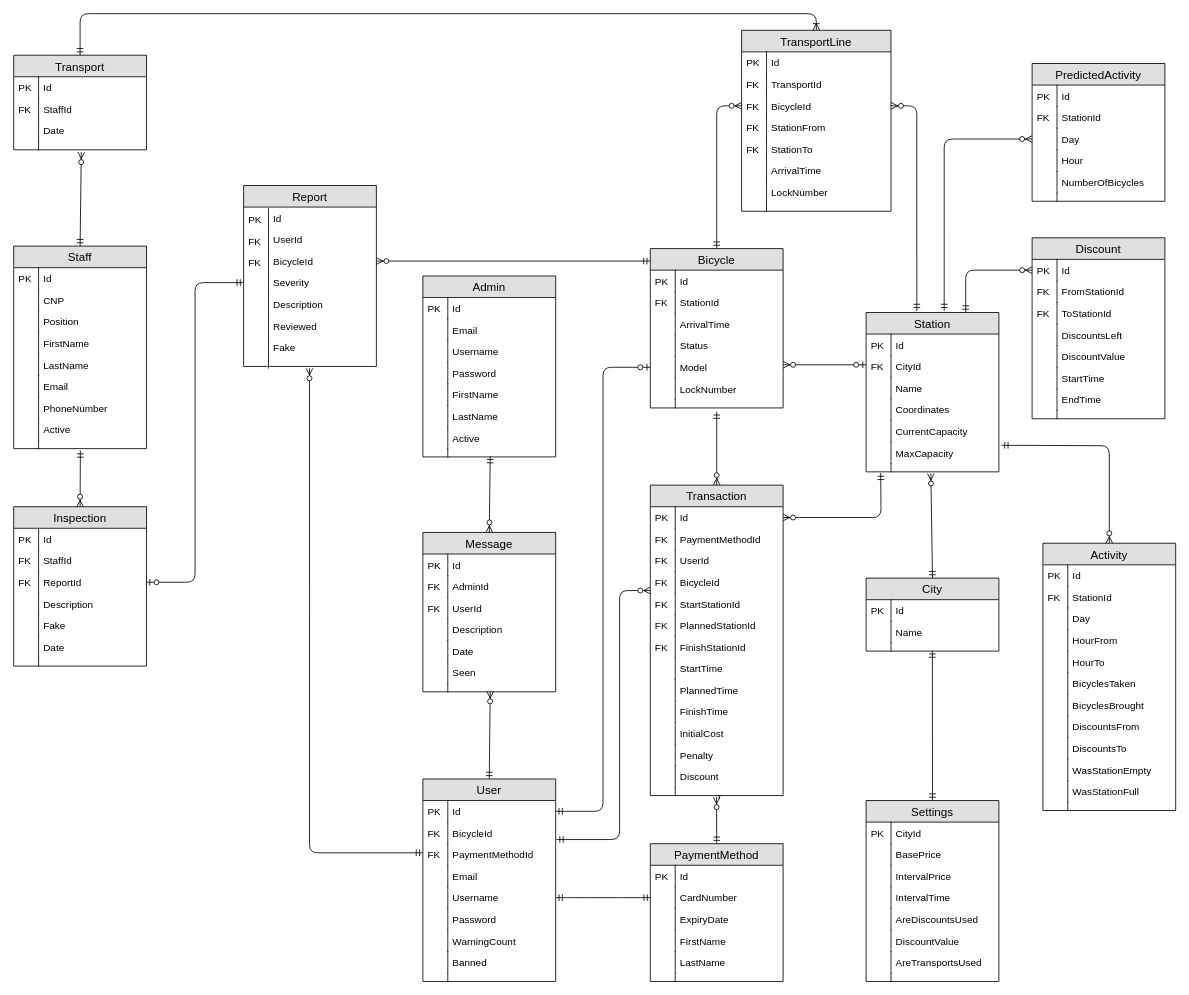
Before: Documentation/Database/Diagrams/Database Diagram.drawio in Tiberiu-Cocei/Licenta, a draw.io diagram. Source tidied: cells renumbered, new cells numbered last; positions are measured from the earlier drawing's top-left corner, leaving out a move shared by most shapes. Both pictures are drawn from the tidied source at 83%, with x=0, y=0 at pixel (13, 13).
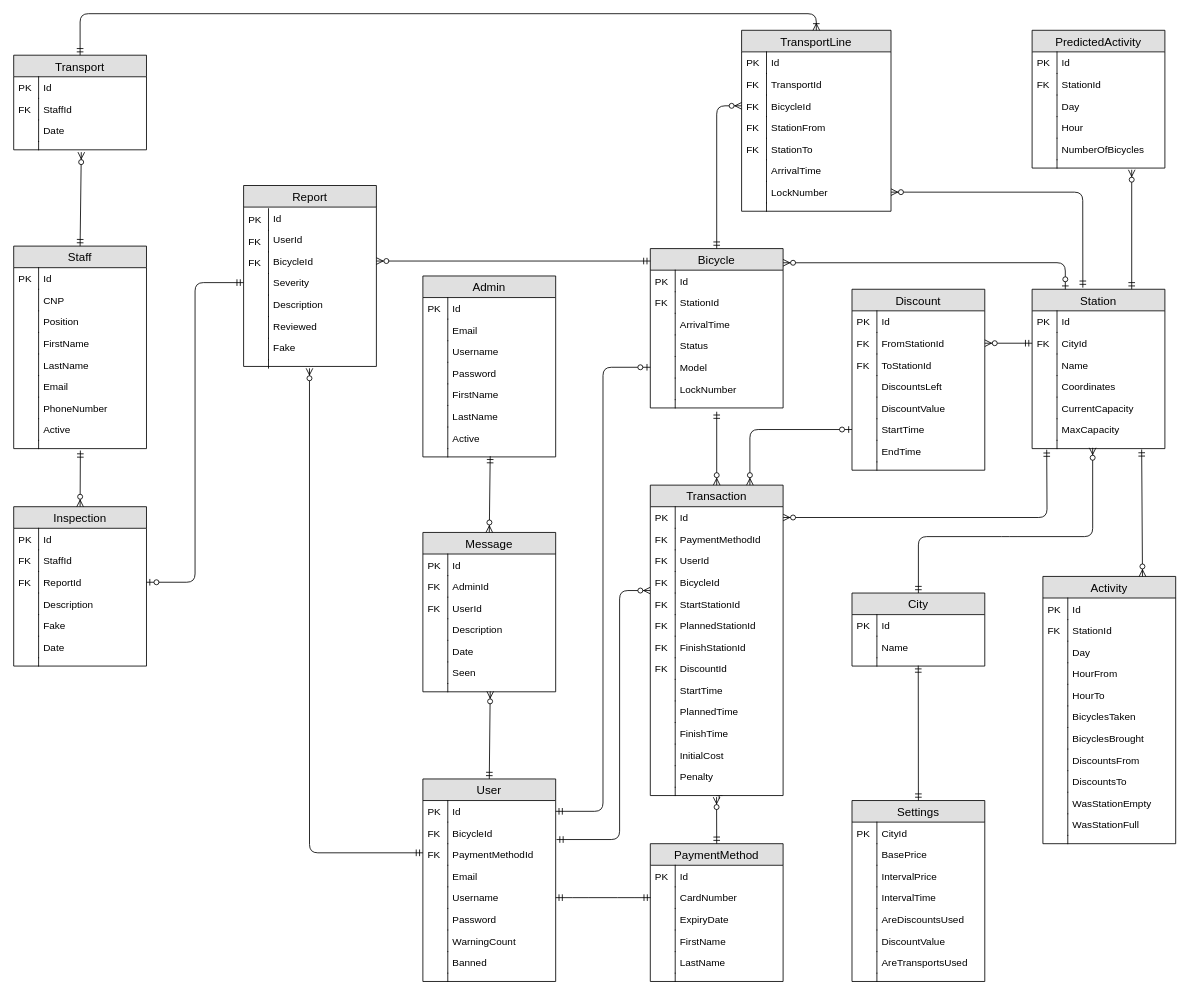
The same diagram, later.

Unchanged cells that the change refers to:
```xml
<mxCell id="21" value="Bicycle" style="swimlane;fontStyle=0;horizontal=1;startSize=26;fillColor=#e0e0e0;swimlaneFillColor=#ffffff;align=center;fontSize=14;" parent="1" vertex="1">
  <mxGeometry x="767" y="283" width="160" height="192" as="geometry" />
</mxCell>
<mxCell id="39" value="CityId" style="shape=partialRectangle;top=0;left=0;right=0;bottom=0;align=left;verticalAlign=top;fillColor=none;spacingLeft=34;spacingRight=4;overflow=hidden;points=[[0,0.5],[1,0.5]];portConstraint=eastwest;fontSize=12;" parent="36" vertex="1">
  <mxGeometry y="52" width="160" height="26" as="geometry" />
</mxCell>
<mxCell id="49" style="shape=partialRectangle;top=0;left=0;right=0;bottom=0;align=left;verticalAlign=top;fillColor=none;spacingLeft=34;spacingRight=4;overflow=hidden;points=[[0,0.5],[1,0.5]];portConstraint=eastwest;fontSize=12;" parent="36" vertex="1">
  <mxGeometry y="182" width="160" height="10" as="geometry" />
</mxCell>
<mxCell id="65" value="Id" style="shape=partialRectangle;top=0;left=0;right=0;bottom=0;align=left;verticalAlign=top;fillColor=none;spacingLeft=34;spacingRight=4;overflow=hidden;points=[[0,0.5],[1,0.5]];portConstraint=eastwest;fontSize=12;" parent="64" vertex="1">
  <mxGeometry y="26" width="160" height="26" as="geometry" />
</mxCell>
<mxCell id="67" value="FromStationId" style="shape=partialRectangle;top=0;left=0;right=0;bottom=0;align=left;verticalAlign=top;fillColor=none;spacingLeft=34;spacingRight=4;overflow=hidden;points=[[0,0.5],[1,0.5]];portConstraint=eastwest;fontSize=12;" parent="64" vertex="1">
  <mxGeometry y="52" width="160" height="26" as="geometry" />
</mxCell>
<mxCell id="75" value="StartTime" style="shape=partialRectangle;top=0;left=0;right=0;bottom=0;align=left;verticalAlign=top;fillColor=none;spacingLeft=34;spacingRight=4;overflow=hidden;points=[[0,0.5],[1,0.5]];portConstraint=eastwest;fontSize=12;" parent="64" vertex="1">
  <mxGeometry y="156" width="160" height="26" as="geometry" />
</mxCell>
<mxCell id="220" value="BicycleId" style="shape=partialRectangle;top=0;left=0;right=0;bottom=0;align=left;verticalAlign=top;fillColor=none;spacingLeft=34;spacingRight=4;overflow=hidden;points=[[0,0.5],[1,0.5]];portConstraint=eastwest;fontSize=12;" parent="215" vertex="1">
  <mxGeometry y="78" width="180" height="26" as="geometry" />
</mxCell>
<mxCell id="228" value="LockNumber" style="shape=partialRectangle;top=0;left=0;right=0;bottom=0;align=left;verticalAlign=top;fillColor=none;spacingLeft=34;spacingRight=4;overflow=hidden;points=[[0,0.5],[1,0.5]];portConstraint=eastwest;fontSize=12;" parent="215" vertex="1">
  <mxGeometry y="182" width="180" height="26" as="geometry" />
</mxCell>
<mxCell id="254" value="Day" style="shape=partialRectangle;top=0;left=0;right=0;bottom=0;align=left;verticalAlign=top;fillColor=none;spacingLeft=34;spacingRight=4;overflow=hidden;points=[[0,0.5],[1,0.5]];portConstraint=eastwest;fontSize=12;" parent="249" vertex="1">
  <mxGeometry y="78" width="160" height="26" as="geometry" />
</mxCell>
<mxCell id="260" style="shape=partialRectangle;top=0;left=0;right=0;bottom=0;align=left;verticalAlign=top;fillColor=none;spacingLeft=34;spacingRight=4;overflow=hidden;points=[[0,0.5],[1,0.5]];portConstraint=eastwest;fontSize=12;" parent="249" vertex="1">
  <mxGeometry y="156" width="160" height="10" as="geometry" />
</mxCell>
<mxCell id="263" value="Transaction" style="swimlane;fontStyle=0;horizontal=1;startSize=26;fillColor=#e0e0e0;swimlaneFillColor=#ffffff;align=center;fontSize=14;" parent="1" vertex="1">
  <mxGeometry x="767" y="568" width="160" height="374" as="geometry" />
</mxCell>
<mxCell id="264" value="Id" style="shape=partialRectangle;top=0;left=0;right=0;bottom=0;align=left;verticalAlign=top;fillColor=none;spacingLeft=34;spacingRight=4;overflow=hidden;points=[[0,0.5],[1,0.5]];portConstraint=eastwest;fontSize=12;" parent="263" vertex="1">
  <mxGeometry y="26" width="160" height="26" as="geometry" />
</mxCell>
```

Diff of the diagram source:
```diff
@@
     <mxCell id="36" value="Station" style="swimlane;fontStyle=0;horizontal=1;startSize=26;fillColor=#e0e0e0;swimlaneFillColor=#ffffff;align=center;fontSize=14;" parent="1" vertex="1">
-      <mxGeometry x="1027" y="360" width="160" height="192" as="geometry" />
+      <mxGeometry x="1227" y="332" width="160" height="192" as="geometry" />
     </mxCell>
@@
     <mxCell id="64" value="Discount" style="swimlane;fontStyle=0;horizontal=1;startSize=26;fillColor=#e0e0e0;swimlaneFillColor=#ffffff;align=center;fontSize=14;" parent="1" vertex="1">
-      <mxGeometry x="1227" y="270" width="160" height="218" as="geometry" />
+      <mxGeometry x="1010" y="332" width="160" height="218" as="geometry" />
     </mxCell>
@@
     <mxCell id="164" value="Activity" style="swimlane;fontStyle=0;horizontal=1;startSize=26;fillColor=#e0e0e0;swimlaneFillColor=#ffffff;align=center;fontSize=14;" parent="1" vertex="1">
-      <mxGeometry x="1240" y="638" width="160" height="322" as="geometry" />
+      <mxGeometry x="1240" y="678" width="160" height="322" as="geometry" />
     </mxCell>
@@
     <mxCell id="189" value="Settings" style="swimlane;fontStyle=0;horizontal=1;startSize=26;fillColor=#e0e0e0;swimlaneFillColor=#ffffff;align=center;fontSize=14;" parent="1" vertex="1">
-      <mxGeometry x="1027" y="948" width="160" height="218" as="geometry" />
+      <mxGeometry x="1010" y="948" width="160" height="218" as="geometry" />
     </mxCell>
@@
-    <mxCell id="238" style="edgeStyle=orthogonalEdgeStyle;fontSize=12;html=1;endArrow=ERzeroToMany;startArrow=ERmandOne;entryX=0.5;entryY=0;entryDx=0;entryDy=0;" parent="1" edge="1" target="164">
-      <mxGeometry relative="1" as="geometry">
-        <mxPoint x="1190" y="520" as="sourcePoint" />
-      </mxGeometry>
+    <mxCell id="238" style="fontSize=12;html=1;endArrow=ERzeroToMany;startArrow=ERmandOne;entryX=0.75;entryY=0;entryDx=0;entryDy=0;exitX=0.825;exitY=1.1;exitDx=0;exitDy=0;exitPerimeter=0;" parent="1" edge="1" source="49" target="164">
+      <mxGeometry relative="1" as="geometry" />
     </mxCell>
-    <mxCell id="239" style="edgeStyle=orthogonalEdgeStyle;fontSize=12;html=1;endArrow=ERzeroToMany;startArrow=ERmandOne;exitX=0.75;exitY=0;exitDx=0;exitDy=0;entryX=0;entryY=0.5;entryDx=0;entryDy=0;" parent="1" edge="1" source="36" target="65">
+    <mxCell id="239" style="fontSize=12;html=1;endArrow=ERzeroToMany;startArrow=ERmandOne;entryX=1;entryY=0.5;entryDx=0;entryDy=0;exitX=0;exitY=0.5;exitDx=0;exitDy=0;" parent="1" edge="1" source="39" target="67">
       <mxGeometry relative="1" as="geometry" />
     </mxCell>
@@
     <mxCell id="245" style="fontSize=12;html=1;endArrow=ERzeroToMany;startArrow=ERmandOne;entryX=1;entryY=0.5;entryDx=0;entryDy=0;exitX=0.11;exitY=1.129;exitDx=0;exitDy=0;exitPerimeter=0;" parent="1" edge="1" source="49" target="264">
       <mxGeometry relative="1" as="geometry">
         <Array as="points">
-          <mxPoint x="1045" y="607" />
+          <mxPoint x="1245" y="607" />
         </Array>
       </mxGeometry>
     </mxCell>
-    <mxCell id="246" style="edgeStyle=orthogonalEdgeStyle;fontSize=12;html=1;endArrow=ERzeroToMany;startArrow=ERmandOne;exitX=0.382;exitY=-0.01;exitDx=0;exitDy=0;entryX=1;entryY=0.5;entryDx=0;entryDy=0;exitPerimeter=0;" parent="1" edge="1" source="36" target="220">
-      <mxGeometry relative="1" as="geometry" />
+    <mxCell id="246" style="fontSize=12;html=1;endArrow=ERzeroToMany;startArrow=ERmandOne;exitX=0.382;exitY=-0.01;exitDx=0;exitDy=0;exitPerimeter=0;entryX=1;entryY=0.5;entryDx=0;entryDy=0;" parent="1" edge="1" source="36" target="228">
+      <mxGeometry relative="1" as="geometry">
+        <Array as="points">
+          <mxPoint x="1288" y="215" />
+        </Array>
+      </mxGeometry>
     </mxCell>
@@
-    <mxCell id="248" style="fontSize=12;html=1;endArrow=ERzeroToMany;startArrow=ERzeroToOne;entryX=1;entryY=0.5;entryDx=0;entryDy=0;" parent="1" edge="1">
+    <mxCell id="248" style="fontSize=12;html=1;endArrow=ERzeroToMany;startArrow=ERzeroToOne;entryX=1;entryY=0.089;entryDx=0;entryDy=0;exitX=0.25;exitY=0;exitDx=0;exitDy=0;entryPerimeter=0;" parent="1" edge="1" source="36" target="21">
       <mxGeometry relative="1" as="geometry">
-        <mxPoint x="1027" y="423" as="sourcePoint" />
-        <mxPoint x="927" y="423" as="targetPoint" />
+        <Array as="points">
+          <mxPoint x="1267" y="300" />
+        </Array>
       </mxGeometry>
     </mxCell>
     <mxCell id="249" value="PredictedActivity" style="swimlane;fontStyle=0;horizontal=1;startSize=26;fillColor=#e0e0e0;swimlaneFillColor=#ffffff;align=center;fontSize=14;" parent="1" vertex="1">
-      <mxGeometry x="1227" y="60" width="160" height="166" as="geometry" />
+      <mxGeometry x="1227" y="20" width="160" height="166" as="geometry" />
     </mxCell>
@@
-    <mxCell id="262" style="edgeStyle=orthogonalEdgeStyle;fontSize=12;html=1;endArrow=ERzeroToMany;startArrow=ERmandOne;entryX=0;entryY=0.5;entryDx=0;entryDy=0;exitX=0.588;exitY=-0.01;exitDx=0;exitDy=0;exitPerimeter=0;" parent="1" edge="1" source="36" target="254">
+    <mxCell id="262" style="fontSize=12;html=1;endArrow=ERzeroToMany;startArrow=ERmandOne;exitX=0.75;exitY=0;exitDx=0;exitDy=0;entryX=0.75;entryY=1.2;entryDx=0;entryDy=0;entryPerimeter=0;" parent="1" edge="1" source="36" target="260">
       <mxGeometry relative="1" as="geometry" />
     </mxCell>
@@
+    <mxCell id="288" value="DiscountId" style="shape=partialRectangle;top=0;left=0;right=0;bottom=0;align=left;verticalAlign=top;fillColor=none;spacingLeft=34;spacingRight=4;overflow=hidden;fontSize=12;" parent="263" vertex="1">
+      <mxGeometry y="208" width="160" height="26" as="geometry" />
+    </mxCell>
+    <mxCell id="289" value="FK" style="shape=partialRectangle;top=0;left=0;bottom=0;fillColor=none;align=left;verticalAlign=top;spacingLeft=4;spacingRight=4;overflow=hidden;fontSize=12;" parent="288" vertex="1">
+      <mxGeometry width="30" height="26" as="geometry" />
+    </mxCell>
     <mxCell id="278" value="StartTime" style="shape=partialRectangle;top=0;left=0;right=0;bottom=0;align=left;verticalAlign=top;fillColor=none;spacingLeft=34;spacingRight=4;overflow=hidden;fontSize=12;" parent="263" vertex="1">
-      <mxGeometry y="208" width="160" height="26" as="geometry" />
+      <mxGeometry y="234" width="160" height="26" as="geometry" />
     </mxCell>
@@
     <mxCell id="280" value="PlannedTime" style="shape=partialRectangle;top=0;left=0;right=0;bottom=0;align=left;verticalAlign=top;fillColor=none;spacingLeft=34;spacingRight=4;overflow=hidden;fontSize=12;" parent="263" vertex="1">
-      <mxGeometry y="234" width="160" height="26" as="geometry" />
+      <mxGeometry y="260" width="160" height="26" as="geometry" />
     </mxCell>
@@
     <mxCell id="282" value="FinishTime" style="shape=partialRectangle;top=0;left=0;right=0;bottom=0;align=left;verticalAlign=top;fillColor=none;spacingLeft=34;spacingRight=4;overflow=hidden;fontSize=12;" parent="263" vertex="1">
-      <mxGeometry y="260" width="160" height="26" as="geometry" />
+      <mxGeometry y="286" width="160" height="26" as="geometry" />
     </mxCell>
@@
     <mxCell id="284" value="InitialCost" style="shape=partialRectangle;top=0;left=0;right=0;bottom=0;align=left;verticalAlign=top;fillColor=none;spacingLeft=34;spacingRight=4;overflow=hidden;fontSize=12;" parent="263" vertex="1">
-      <mxGeometry y="286" width="160" height="26" as="geometry" />
+      <mxGeometry y="312" width="160" height="26" as="geometry" />
     </mxCell>
@@
     <mxCell id="286" value="Penalty" style="shape=partialRectangle;top=0;left=0;right=0;bottom=0;align=left;verticalAlign=top;fillColor=none;spacingLeft=34;spacingRight=4;overflow=hidden;fontSize=12;" parent="263" vertex="1">
-      <mxGeometry y="312" width="160" height="26" as="geometry" />
+      <mxGeometry y="338" width="160" height="26" as="geometry" />
     </mxCell>
@@
-    <mxCell id="288" value="Discount" style="shape=partialRectangle;top=0;left=0;right=0;bottom=0;align=left;verticalAlign=top;fillColor=none;spacingLeft=34;spacingRight=4;overflow=hidden;fontSize=12;" parent="263" vertex="1">
-      <mxGeometry y="338" width="160" height="26" as="geometry" />
-    </mxCell>
-    <mxCell id="289" style="shape=partialRectangle;top=0;left=0;bottom=0;fillColor=none;align=left;verticalAlign=top;spacingLeft=4;spacingRight=4;overflow=hidden;fontSize=12;" parent="288" vertex="1">
-      <mxGeometry width="30" height="26" as="geometry" />
-    </mxCell>
@@
     <mxCell id="294" value="City" style="swimlane;fontStyle=0;horizontal=1;startSize=26;fillColor=#e0e0e0;swimlaneFillColor=#ffffff;align=center;fontSize=14;" parent="1" vertex="1">
-      <mxGeometry x="1027" y="680" width="160" height="88" as="geometry" />
+      <mxGeometry x="1010" y="698" width="160" height="88" as="geometry" />
     </mxCell>
@@
-    <mxCell id="301" style="fontSize=12;html=1;endArrow=ERzeroToMany;startArrow=ERmandOne;exitX=0.5;exitY=0;exitDx=0;exitDy=0;" parent="1" edge="1" source="294">
+    <mxCell id="301" style="fontSize=12;html=1;endArrow=ERzeroToMany;startArrow=ERmandOne;exitX=0.5;exitY=0;exitDx=0;exitDy=0;entryX=0.456;entryY=0.9;entryDx=0;entryDy=0;entryPerimeter=0;" parent="1" edge="1" source="294" target="49">
       <mxGeometry relative="1" as="geometry">
-        <mxPoint x="1105" y="554" as="targetPoint" />
+        <Array as="points">
+          <mxPoint x="1090" y="630" />
+          <mxPoint x="1200" y="630" />
+          <mxPoint x="1300" y="630" />
+        </Array>
       </mxGeometry>
     </mxCell>
@@
+    <mxCell id="304" style="fontSize=12;html=1;endArrow=ERzeroToMany;startArrow=ERzeroToOne;entryX=0.75;entryY=0;entryDx=0;entryDy=0;exitX=0;exitY=0.5;exitDx=0;exitDy=0;" parent="1" edge="1" source="75" target="263">
+      <mxGeometry relative="1" as="geometry">
+        <Array as="points">
+          <mxPoint x="887" y="501" />
+        </Array>
+      </mxGeometry>
+    </mxCell>
```
